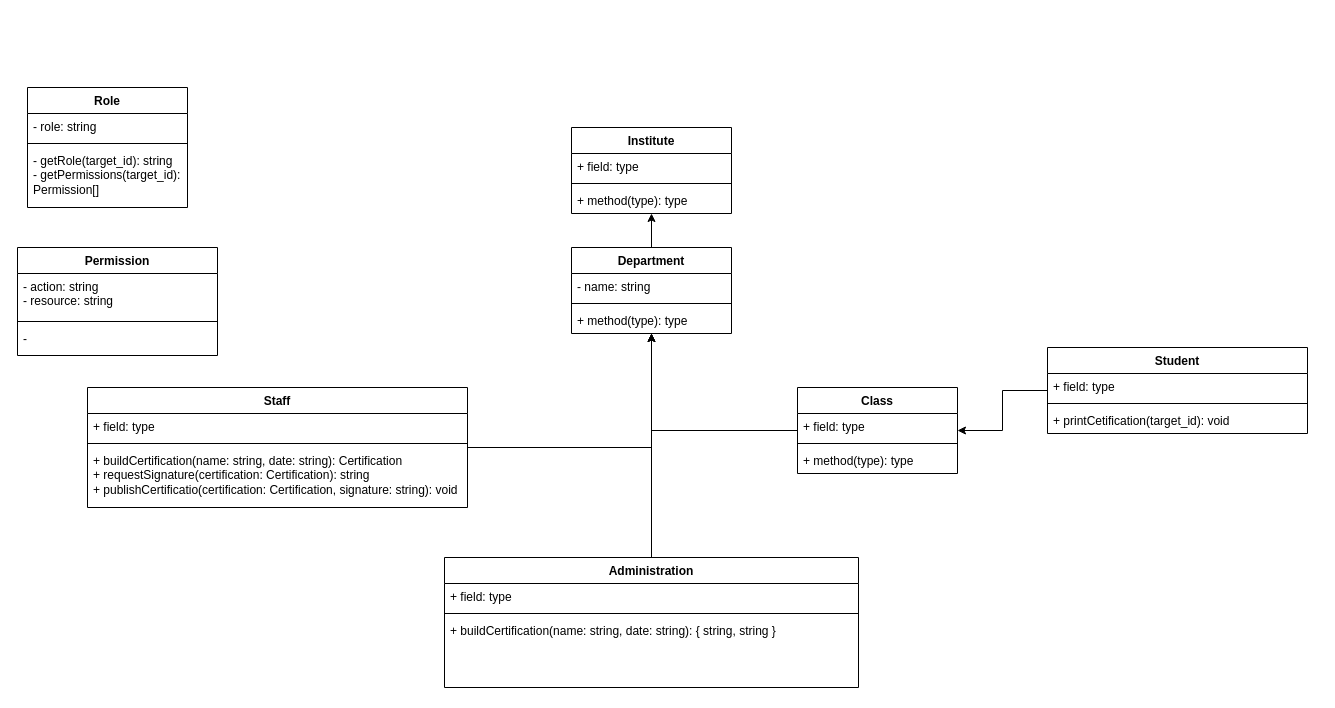
LenixDev/institut keeps this draw.io diagram as uml/Institute Diagram.drawio. Above is the earlier version. Source tidied: cells renumbered, new cells numbered last; positions are measured from the earlier drawing's top-left corner, leaving out a move shared by most shapes. Both pictures are drawn from the tidied source at 100%, with x=0, y=0 at pixel (17, 87).
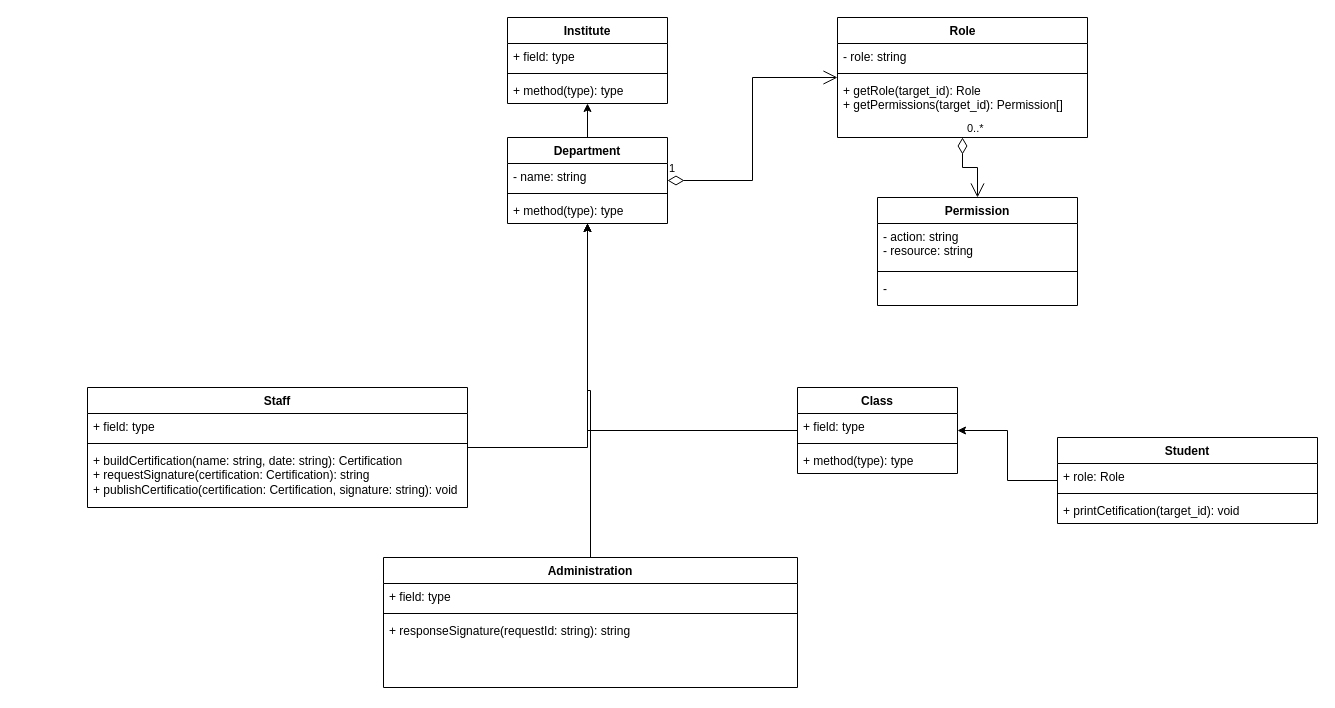
The same page after the edit.

The edit, as a diff of the source:
```diff
@@
     <mxCell id="3" value="&lt;b&gt;Department&lt;/b&gt;" style="swimlane;fontStyle=1;align=center;verticalAlign=top;horizontal=1;startSize=26;whiteSpace=wrap;html=1;" parent="1" vertex="1">
-      <mxGeometry x="554" y="160" width="160" height="86" as="geometry" />
+      <mxGeometry x="490" y="50" width="160" height="86" as="geometry" />
     </mxCell>
@@
     <mxCell id="7" value="&lt;div&gt;&lt;font&gt;Permission&lt;/font&gt;&lt;br&gt;&lt;/div&gt;" style="swimlane;fontStyle=1;align=center;verticalAlign=top;horizontal=1;startSize=26;whiteSpace=wrap;html=1;autosizeText=0;fontSize=12;" parent="1" vertex="1">
-      <mxGeometry y="160" width="200" height="108" as="geometry" />
+      <mxGeometry x="860" y="110" width="200" height="108" as="geometry" />
     </mxCell>
@@
-    <mxCell id="11" value="Role" style="swimlane;fontStyle=1;align=center;verticalAlign=top;horizontal=1;startSize=26;whiteSpace=wrap;html=1;" parent="1" vertex="1">
-      <mxGeometry x="10" width="160" height="120" as="geometry" />
+    <mxCell id="11" value="Role" style="swimlane;fontStyle=1;align=center;verticalAlign=top;horizontal=1;startSize=26;html=1;" parent="1" vertex="1">
+      <mxGeometry x="820" y="-70" width="250" height="120" as="geometry" />
     </mxCell>
     <mxCell id="12" value="- role: string" style="text;strokeColor=none;fillColor=none;align=left;verticalAlign=top;spacingLeft=4;spacingRight=4;overflow=hidden;whiteSpace=wrap;html=1;" parent="11" vertex="1">
-      <mxGeometry y="26" width="160" height="26" as="geometry" />
+      <mxGeometry y="26" width="250" height="26" as="geometry" />
     </mxCell>
     <mxCell id="13" style="line;strokeWidth=1;fillColor=none;align=left;verticalAlign=middle;spacingTop=-1;spacingLeft=3;spacingRight=3;labelPosition=right;strokeColor=inherit;" parent="11" vertex="1">
-      <mxGeometry y="52" width="160" height="8" as="geometry" />
+      <mxGeometry y="52" width="250" height="8" as="geometry" />
     </mxCell>
-    <mxCell id="14" value="- getRole(target_id): string&lt;div&gt;- getPermissions(target_id): Permission[]&lt;br&gt;&lt;/div&gt;" style="text;strokeColor=none;fillColor=none;align=left;verticalAlign=top;spacingLeft=4;spacingRight=4;overflow=hidden;whiteSpace=wrap;html=1;" parent="11" vertex="1">
-      <mxGeometry y="60" width="160" height="60" as="geometry" />
+    <mxCell id="14" value="+ getRole(target_id): Role&lt;div&gt;+ getPermissions(target_id): Permission[]&lt;br&gt;&lt;/div&gt;" style="text;strokeColor=none;fillColor=none;align=left;verticalAlign=top;spacingLeft=4;spacingRight=4;overflow=hidden;whiteSpace=wrap;html=1;" parent="11" vertex="1">
+      <mxGeometry y="60" width="250" height="60" as="geometry" />
     </mxCell>
     <mxCell id="15" value="Institute" style="swimlane;fontStyle=1;align=center;verticalAlign=top;horizontal=1;startSize=26;whiteSpace=wrap;html=1;" parent="1" vertex="1">
-      <mxGeometry x="554" y="40" width="160" height="86" as="geometry" />
+      <mxGeometry x="490" y="-70" width="160" height="86" as="geometry" />
     </mxCell>
@@
     <mxCell id="25" value="Administration" style="swimlane;fontStyle=1;align=center;verticalAlign=top;horizontal=1;startSize=26;whiteSpace=wrap;html=1;" parent="1" vertex="1">
-      <mxGeometry x="427" y="470" width="414" height="130" as="geometry" />
+      <mxGeometry x="366" y="470" width="414" height="130" as="geometry" />
     </mxCell>
@@
-    <mxCell id="28" value="+ buildCertification(name: string, date: string): { string, string }" style="text;strokeColor=none;fillColor=none;align=left;verticalAlign=top;spacingLeft=4;spacingRight=4;overflow=hidden;whiteSpace=wrap;html=1;" parent="25" vertex="1">
+    <mxCell id="28" value="+ responseSignature(requestId: string): string" style="text;strokeColor=none;fillColor=none;align=left;verticalAlign=top;spacingLeft=4;spacingRight=4;overflow=hidden;whiteSpace=wrap;html=1;" parent="25" vertex="1">
       <mxGeometry y="60" width="414" height="70" as="geometry" />
     </mxCell>
@@
     <mxCell id="35" value="Student" style="swimlane;fontStyle=1;align=center;verticalAlign=top;horizontal=1;startSize=26;whiteSpace=wrap;html=1;" parent="1" vertex="1">
-      <mxGeometry x="1030" y="260" width="260" height="86" as="geometry" />
+      <mxGeometry x="1040" y="350" width="260" height="86" as="geometry" />
     </mxCell>
-    <mxCell id="36" value="+ field: type" style="text;strokeColor=none;fillColor=none;align=left;verticalAlign=top;spacingLeft=4;spacingRight=4;overflow=hidden;whiteSpace=wrap;html=1;" parent="35" vertex="1">
+    <mxCell id="36" value="+ role: Role" style="text;strokeColor=none;fillColor=none;align=left;verticalAlign=top;spacingLeft=4;spacingRight=4;overflow=hidden;whiteSpace=wrap;html=1;" parent="35" vertex="1">
       <mxGeometry y="26" width="260" height="26" as="geometry" />
     </mxCell>
@@
+    <mxCell id="39" value="0..*" style="endArrow=open;html=1;endSize=12;startArrow=diamondThin;startSize=14;startFill=0;edgeStyle=orthogonalEdgeStyle;align=left;verticalAlign=bottom;rounded=0;" parent="1" edge="1" source="11" target="7">
+      <mxGeometry x="-1" y="3" relative="1" as="geometry" />
+    </mxCell>
+    <mxCell id="40" value="1" style="endArrow=open;html=1;endSize=12;startArrow=diamondThin;startSize=14;startFill=0;edgeStyle=orthogonalEdgeStyle;align=left;verticalAlign=bottom;rounded=0;" parent="1" edge="1" source="3" target="11">
+      <mxGeometry x="-1" y="3" relative="1" as="geometry" />
+    </mxCell>
```
